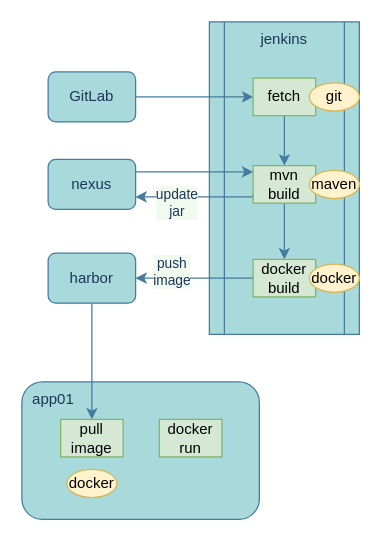
Earlier version of the draw.io diagram page "dev" (1 of 2) of diagrams.net/DockerDeploy.drawio (ZhengweiHou/simplegit). Source tidied: cells renumbered, new cells numbered last; positions are measured from the earlier drawing's top-left corner, leaving out a move shared by most shapes. Both pictures are drawn from the tidied source at 125%, with x=0, y=0 at pixel (21, 21).
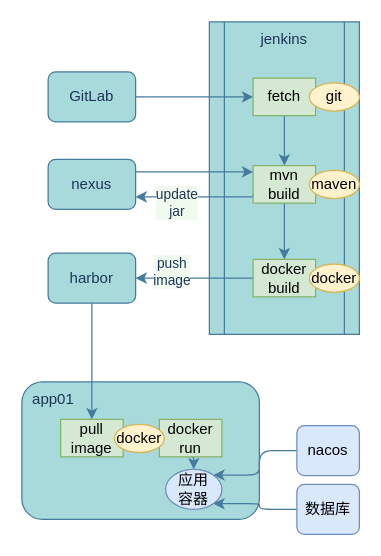
The same diagram, later.

The change refers to these unchanged cells:
```xml
<mxCell id="22" value="docker&lt;br&gt;run" style="rounded=0;whiteSpace=wrap;html=1;fillColor=#d5e8d4;strokeColor=#82b366;" parent="1" vertex="1">
  <mxGeometry x="110" y="318" width="50" height="30" as="geometry" />
</mxCell>
```

Diff of the diagram source:
```diff
@@
-    <mxCell id="17" value="docker" style="ellipse;whiteSpace=wrap;html=1;rounded=0;strokeColor=#d6b656;fillColor=#fff2cc;align=center;verticalAlign=middle;" parent="1" vertex="1">
-      <mxGeometry x="36" y="358" width="40" height="22.5" as="geometry" />
-    </mxCell>
@@
+    <mxCell id="23" style="edgeStyle=orthogonalEdgeStyle;curved=0;rounded=1;jettySize=auto;html=1;exitX=0.5;exitY=1;exitDx=0;exitDy=0;entryX=0.5;entryY=0;entryDx=0;entryDy=0;fontColor=#1D3557;strokeColor=#457B9D;fillColor=#A8DADC;" parent="1" edge="1" source="22" target="24">
+      <mxGeometry relative="1" as="geometry" />
+    </mxCell>
@@
+    <mxCell id="24" value="应用&lt;br&gt;容器" style="ellipse;whiteSpace=wrap;html=1;rounded=0;strokeColor=#6c8ebf;fillColor=#dae8fc;align=center;verticalAlign=middle;" parent="1" vertex="1">
+      <mxGeometry x="115" y="358" width="45" height="32" as="geometry" />
+    </mxCell>
+    <mxCell id="25" style="edgeStyle=orthogonalEdgeStyle;curved=0;rounded=1;jettySize=auto;html=1;entryX=1;entryY=0;entryDx=0;entryDy=0;fontColor=#1D3557;strokeColor=#457B9D;fillColor=#A8DADC;" parent="1" edge="1" source="26" target="24">
+      <mxGeometry relative="1" as="geometry" />
+    </mxCell>
+    <mxCell id="26" value="nacos" style="rounded=1;whiteSpace=wrap;html=1;fillColor=#dae8fc;strokeColor=#6c8ebf;" parent="1" vertex="1">
+      <mxGeometry x="220" y="323" width="50" height="40" as="geometry" />
+    </mxCell>
+    <mxCell id="27" style="edgeStyle=orthogonalEdgeStyle;curved=0;rounded=1;jettySize=auto;html=1;fontColor=#1D3557;strokeColor=#457B9D;fillColor=#A8DADC;entryX=1;entryY=1;entryDx=0;entryDy=0;" parent="1" edge="1" source="28" target="24">
+      <mxGeometry relative="1" as="geometry" />
+    </mxCell>
+    <mxCell id="28" value="数据库" style="rounded=1;whiteSpace=wrap;html=1;fillColor=#dae8fc;strokeColor=#6c8ebf;" parent="1" vertex="1">
+      <mxGeometry x="220" y="370" width="50" height="40" as="geometry" />
+    </mxCell>
+    <mxCell id="17" value="docker" style="ellipse;whiteSpace=wrap;html=1;rounded=0;strokeColor=#d6b656;fillColor=#fff2cc;align=center;verticalAlign=middle;" parent="1" vertex="1">
+      <mxGeometry x="74" y="322" width="40" height="22.5" as="geometry" />
+    </mxCell>
```
